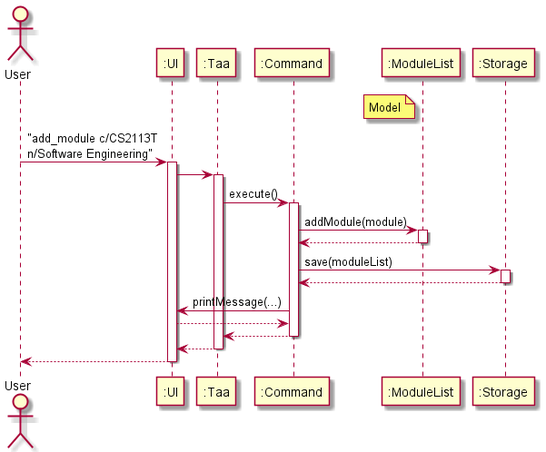
Before: docs/diagrams/ArchitectureSequenceDiagram.png, a diagram exported from PlantUML (nus-cs2113-AY2122S1/tp).
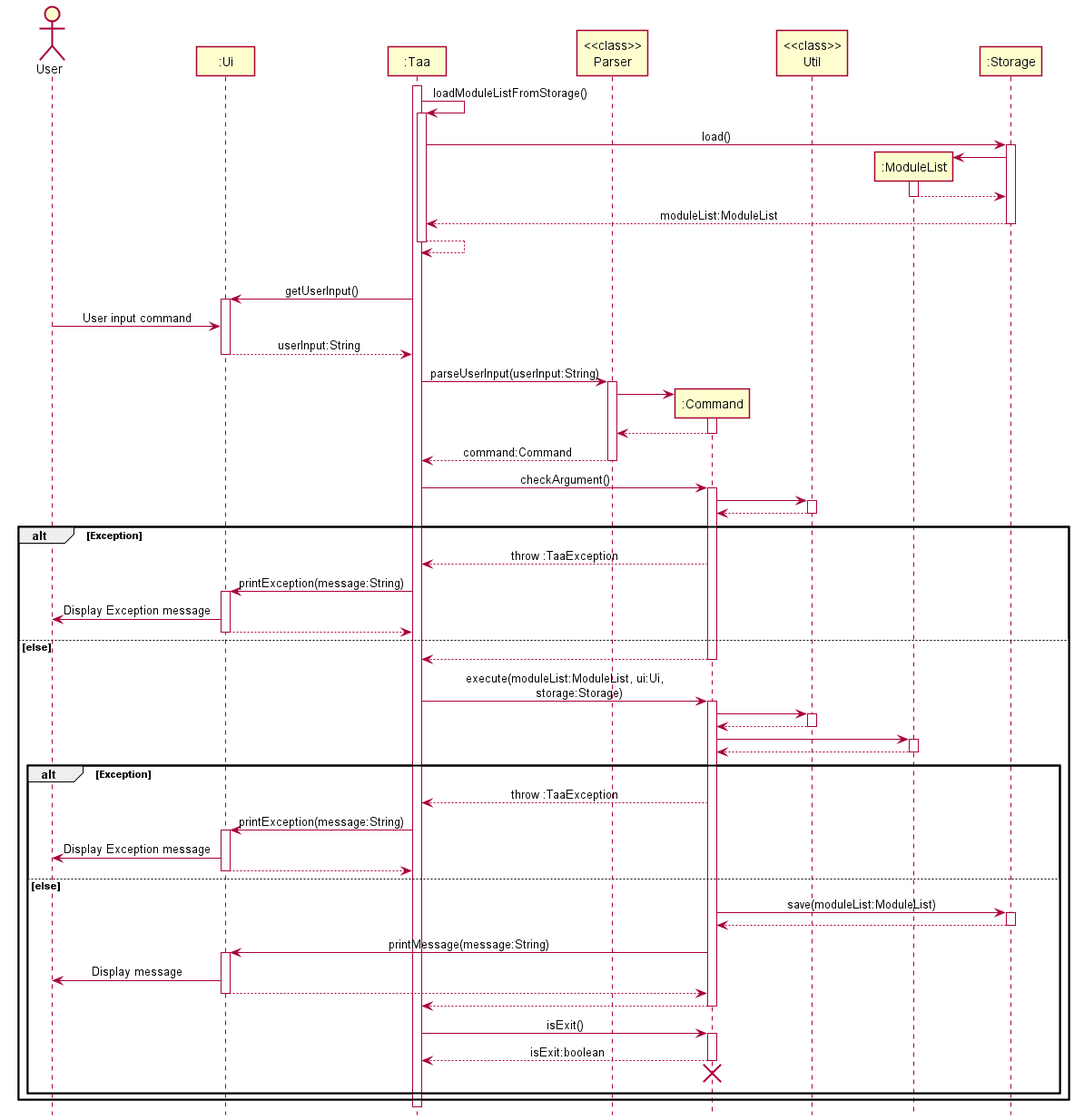
Later version of the same file.

Commit message:
Update Architecture Sequence Diagram

The edit, as a diff of the source:
```diff
@@ -1,45 +1,121 @@
 @startuml
+!include style.puml
 
 Actor User as user
-Participant ":UI" as ui
+Participant ":Ui" as ui
 Participant ":Taa" as taa
+Participant "<<class>>\nParser" as parser
 Participant ":Command" as command
-Participant ":ModuleList" as modulelist
+Participant "<<class>>\nUtil" as util
+Participant ":ModuleList" as moduleList
 Participant ":Storage" as storage
 
-note left of modulelist: Model
+activate taa
 
-user -> ui : "add_module c/CS2113T\nn/Software Engineering"
+taa -> taa : loadModuleListFromStorage()
+activate taa
+
+taa -> storage : load()
+activate storage
+
+create moduleList
+storage -> moduleList
+activate moduleList
+moduleList --> storage
+deactivate moduleList
+
+storage --> taa : moduleList:ModuleList
+deactivate storage
+
+taa --> taa
+deactivate taa
+
+loop !isExit
+taa -> ui : getUserInput()
 activate ui
 
-ui -> taa
-activate taa
+user -> ui : User input command
+ui --> taa : userInput:String
+deactivate ui
 
-taa -> command : execute()
+taa -> parser : parseUserInput(userInput:String)
+activate parser
+
+create command
+parser -> command
+activate command
+command --> parser
+deactivate command
+
+parser --> taa : command:Command
+deactivate parser
+
+taa -> command : checkArgument()
 activate command
 
-command -> modulelist : addModule(module)
-activate modulelist
+command -> util
+activate util
+util --> command
+deactivate util
 
-modulelist --> command
-deactivate modulelist
+alt Exception
+command --> taa : throw :TaaException
+taa -> ui : printException(message:String)
+activate ui
+ui -> user : Display Exception message
+ui --> taa
+deactivate ui
 
-command -> storage : save(moduleList)
+else else
+command --> taa
+deactivate command
+
+taa -> command : execute(moduleList:ModuleList, ui:Ui,\n\tstorage:Storage)
+activate command
+
+command -> util
+activate util
+util --> command
+deactivate util
+
+command -> moduleList
+activate moduleList
+moduleList --> command
+deactivate moduleList
+
+alt Exception
+command --> taa : throw :TaaException
+taa -> ui : printException(message:String)
+activate ui
+ui -> user : Display Exception message
+ui --> taa
+deactivate ui
+
+else else
+command -> storage : save(moduleList:ModuleList)
 activate storage
-
 storage --> command
 deactivate storage
 
-command -> ui : printMessage(...)
+command -> ui : printMessage(message:String)
+activate ui
+ui -> user : Display message
 ui --> command
+deactivate ui
 
 command --> taa
 deactivate command
 
-taa --> ui
-deactivate taa
+taa -> command : isExit()
+activate command
+command --> taa : isExit:boolean
+deactivate command
 
-ui --> user
-deactivate ui
+taa -[hidden]-> command
+destroy command
+taa -[hidden]-> command
+
+end
+end
 
 @enduml
```
